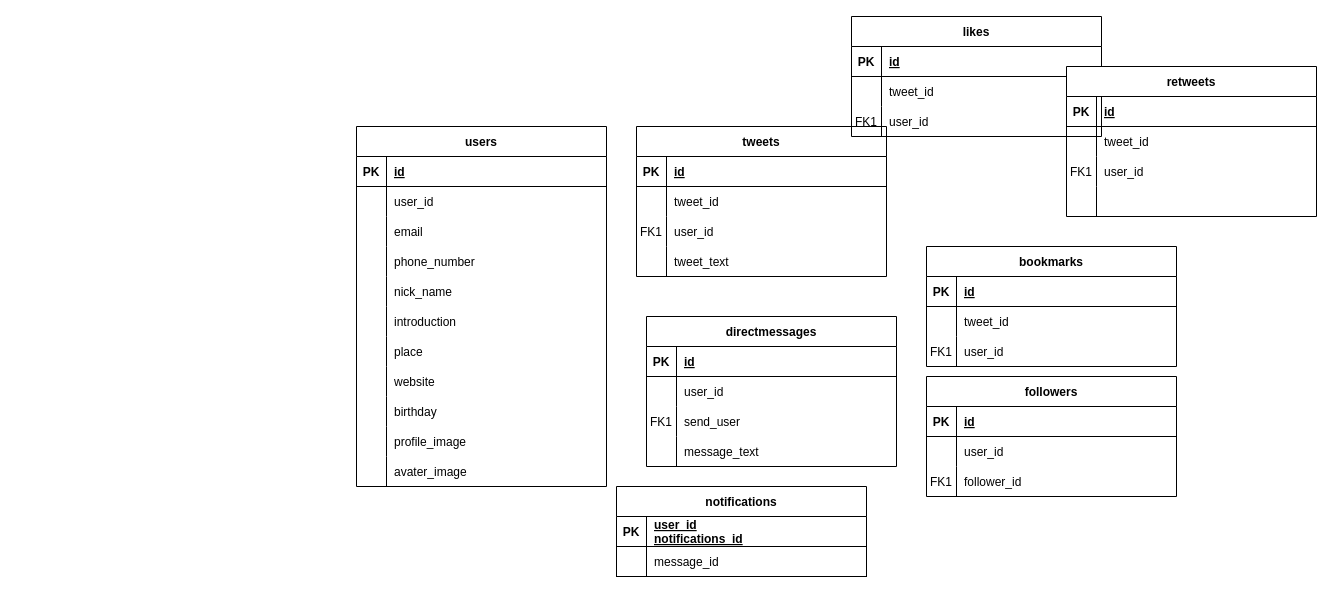
Before: twitter_draft.drawio in hie3-336/ER-draw.io, a draw.io diagram. Source tidied: cells renumbered, new cells numbered last; positions are measured from the earlier drawing's top-left corner, leaving out a move shared by most shapes. Both pictures are drawn from the tidied source at 100%, with x=0, y=0 at pixel (356, 16).
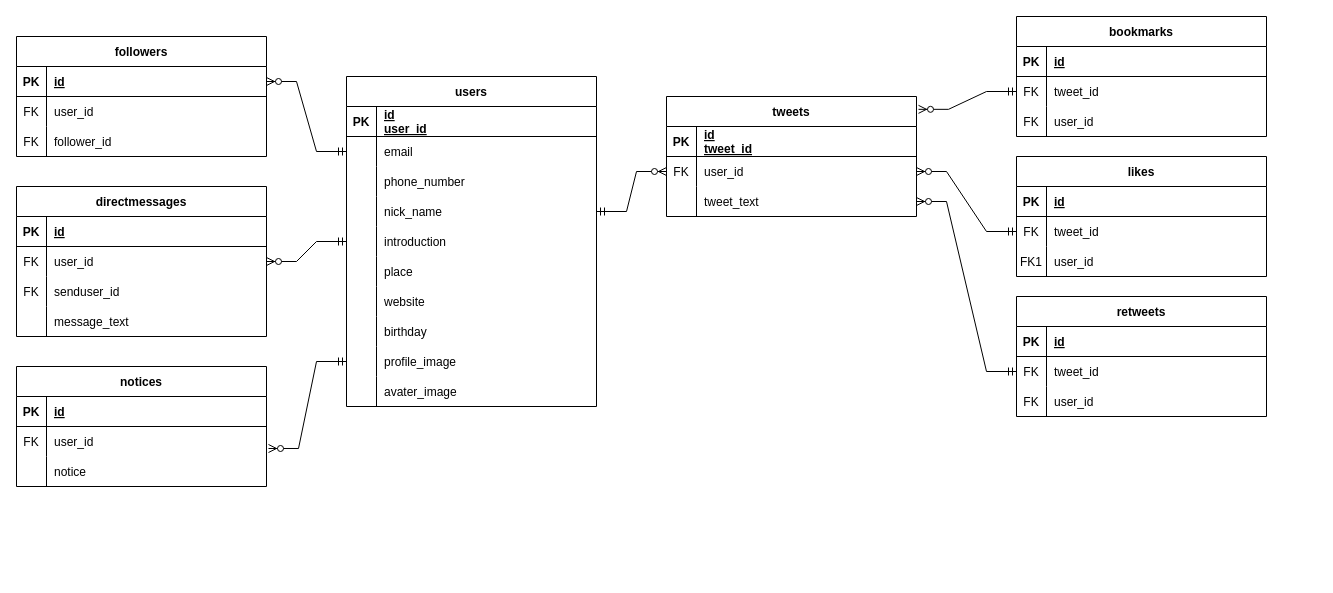
After the change.

Commit message:
twitter_draft.drawio を更新します

Unchanged cells that the change refers to:
```xml
<mxCell id="3" style="shape=partialRectangle;fillColor=none;top=0;left=0;right=0;bottom=1;" parent="2" vertex="1">
  <mxGeometry y="30" width="250" height="30" as="geometry" />
</mxCell>
<mxCell id="37" style="shape=partialRectangle;fillColor=none;top=0;left=0;right=0;bottom=1;" parent="36" vertex="1">
  <mxGeometry y="30" width="250" height="30" as="geometry" />
</mxCell>
<mxCell id="60" style="shape=partialRectangle;fillColor=none;points=[[0,0.5],[1,0.5]];portConstraint=eastwest;top=0;left=0;right=0;bottom=0;" parent="56" vertex="1">
  <mxGeometry y="60" width="250" height="30" as="geometry" />
</mxCell>
<mxCell id="70" style="shape=partialRectangle;fillColor=none;points=[[0,0.5],[1,0.5]];portConstraint=eastwest;top=0;left=0;right=0;bottom=0;" parent="66" vertex="1">
  <mxGeometry y="60" width="250" height="30" as="geometry" />
</mxCell>
<mxCell id="73" style="shape=partialRectangle;fillColor=none;top=0;left=0;right=0;bottom=0;" parent="66" vertex="1">
  <mxGeometry y="90" width="250" height="30" as="geometry" />
</mxCell>
<mxCell id="83" style="shape=partialRectangle;fillColor=none;points=[[0,0.5],[1,0.5]];portConstraint=eastwest;top=0;left=0;right=0;bottom=0;" parent="79" vertex="1">
  <mxGeometry y="60" width="250" height="30" as="geometry" />
</mxCell>
<mxCell id="86" style="shape=partialRectangle;fillColor=none;top=0;left=0;right=0;bottom=0;" parent="79" vertex="1">
  <mxGeometry y="90" width="250" height="30" as="geometry" />
</mxCell>
<mxCell id="90" style="shape=partialRectangle;fillColor=none;points=[[0,0.5],[1,0.5]];portConstraint=eastwest;top=0;left=0;right=0;bottom=1;" parent="89" vertex="1">
  <mxGeometry y="30" width="250" height="30" as="geometry" />
</mxCell>
<mxCell id="93" style="shape=partialRectangle;fillColor=none;top=0;left=0;right=0;bottom=0;" parent="89" vertex="1">
  <mxGeometry y="60" width="250" height="30" as="geometry" />
</mxCell>
<mxCell id="96" style="shape=partialRectangle;fillColor=none;top=0;left=0;right=0;bottom=0;" parent="89" vertex="1">
  <mxGeometry y="90" width="250" height="30" as="geometry" />
</mxCell>
<mxCell id="103" style="shape=partialRectangle;fillColor=none;points=[[0,0.5],[1,0.5]];portConstraint=eastwest;top=0;left=0;right=0;bottom=0;" parent="99" vertex="1">
  <mxGeometry y="60" width="250" height="30" as="geometry" />
</mxCell>
<mxCell id="106" style="shape=partialRectangle;fillColor=none;top=0;left=0;right=0;bottom=0;" parent="99" vertex="1">
  <mxGeometry y="90" width="250" height="30" as="geometry" />
</mxCell>
```

What changed in the source:
```diff
@@
     <mxCell id="2" value="users" style="shape=table;startSize=30;childLayout=tableLayout;rowLines=0;fontStyle=1;align=center;" parent="1" vertex="1">
-      <mxGeometry y="110" width="250" height="360" as="geometry" />
+      <mxGeometry x="-10" y="60" width="250" height="330" as="geometry" />
     </mxCell>
@@
-    <mxCell id="5" value="id" style="shape=partialRectangle;overflow=hidden;fillColor=none;top=0;left=0;bottom=0;right=0;align=left;spacingLeft=6;fontStyle=5;" parent="3" vertex="1">
+    <mxCell id="5" value="id&#10;user_id&#10;" style="shape=partialRectangle;overflow=hidden;fillColor=none;top=0;left=0;bottom=0;right=0;align=left;spacingLeft=6;fontStyle=5;" parent="3" vertex="1">
       <mxGeometry x="30" width="220" height="30" as="geometry" />
     </mxCell>
-    <mxCell id="6" style="shape=partialRectangle;fillColor=none;top=0;left=0;right=0;bottom=0;" parent="2" vertex="1">
-      <mxGeometry y="60" width="250" height="30" as="geometry" />
-    </mxCell>
-    <mxCell id="7" style="shape=partialRectangle;overflow=hidden;fillColor=none;top=0;left=0;bottom=0;right=0;" parent="6" vertex="1">
-      <mxGeometry width="30" height="30" as="geometry" />
-    </mxCell>
-    <mxCell id="8" value="user_id" style="shape=partialRectangle;overflow=hidden;fillColor=none;top=0;left=0;bottom=0;right=0;align=left;spacingLeft=6;" parent="6" vertex="1">
-      <mxGeometry x="30" width="220" height="30" as="geometry" />
-    </mxCell>
     <mxCell id="9" style="shape=partialRectangle;fillColor=none;points=[[0,0.5],[1,0.5]];portConstraint=eastwest;top=0;left=0;right=0;bottom=0;" parent="2" vertex="1">
-      <mxGeometry y="90" width="250" height="30" as="geometry" />
+      <mxGeometry y="60" width="250" height="30" as="geometry" />
     </mxCell>
@@
     <mxCell id="12" style="shape=partialRectangle;fillColor=none;top=0;left=0;right=0;bottom=0;" parent="2" vertex="1">
-      <mxGeometry y="120" width="250" height="30" as="geometry" />
+      <mxGeometry y="90" width="250" height="30" as="geometry" />
     </mxCell>
@@
     <mxCell id="15" style="shape=partialRectangle;fillColor=none;points=[[0,0.5],[1,0.5]];portConstraint=eastwest;top=0;left=0;right=0;bottom=0;" parent="2" vertex="1">
-      <mxGeometry y="150" width="250" height="30" as="geometry" />
+      <mxGeometry y="120" width="250" height="30" as="geometry" />
     </mxCell>
@@
     <mxCell id="18" style="shape=partialRectangle;fillColor=none;points=[[0,0.5],[1,0.5]];portConstraint=eastwest;top=0;left=0;right=0;bottom=0;" parent="2" vertex="1">
-      <mxGeometry y="180" width="250" height="30" as="geometry" />
+      <mxGeometry y="150" width="250" height="30" as="geometry" />
     </mxCell>
@@
     <mxCell id="21" style="shape=partialRectangle;fillColor=none;top=0;left=0;right=0;bottom=0;" parent="2" vertex="1">
-      <mxGeometry y="210" width="250" height="30" as="geometry" />
+      <mxGeometry y="180" width="250" height="30" as="geometry" />
     </mxCell>
@@
     <mxCell id="24" style="shape=partialRectangle;fillColor=none;top=0;left=0;right=0;bottom=0;" parent="2" vertex="1">
-      <mxGeometry y="240" width="250" height="30" as="geometry" />
+      <mxGeometry y="210" width="250" height="30" as="geometry" />
     </mxCell>
@@
     <mxCell id="27" style="shape=partialRectangle;fillColor=none;top=0;left=0;right=0;bottom=0;" parent="2" vertex="1">
-      <mxGeometry y="270" width="250" height="30" as="geometry" />
+      <mxGeometry y="240" width="250" height="30" as="geometry" />
     </mxCell>
@@
     <mxCell id="30" style="shape=partialRectangle;fillColor=none;points=[[0,0.5],[1,0.5]];portConstraint=eastwest;top=0;left=0;right=0;bottom=0;" parent="2" vertex="1">
-      <mxGeometry y="300" width="250" height="30" as="geometry" />
+      <mxGeometry y="270" width="250" height="30" as="geometry" />
     </mxCell>
@@
     <mxCell id="33" style="shape=partialRectangle;fillColor=none;top=0;left=0;right=0;bottom=0;" parent="2" vertex="1">
-      <mxGeometry y="330" width="250" height="30" as="geometry" />
+      <mxGeometry y="300" width="250" height="30" as="geometry" />
     </mxCell>
@@
     <mxCell id="36" value="tweets" style="shape=table;startSize=30;childLayout=tableLayout;rowLines=0;fontStyle=1;align=center;" parent="1" vertex="1">
-      <mxGeometry x="280" y="110" width="250" height="150" as="geometry" />
+      <mxGeometry x="310" y="80" width="250" height="120" as="geometry" />
     </mxCell>
@@
-    <mxCell id="39" value="id" style="shape=partialRectangle;overflow=hidden;fillColor=none;top=0;left=0;bottom=0;right=0;align=left;spacingLeft=6;fontStyle=5;" parent="37" vertex="1">
+    <mxCell id="39" value="id&#10;tweet_id&#10;" style="shape=partialRectangle;overflow=hidden;fillColor=none;top=0;left=0;bottom=0;right=0;align=left;spacingLeft=6;fontStyle=5;" parent="37" vertex="1">
       <mxGeometry x="30" width="220" height="30" as="geometry" />
     </mxCell>
-    <mxCell id="40" style="shape=partialRectangle;fillColor=none;top=0;left=0;right=0;bottom=0;" parent="36" vertex="1">
-      <mxGeometry y="60" width="250" height="30" as="geometry" />
-    </mxCell>
-    <mxCell id="41" style="shape=partialRectangle;overflow=hidden;fillColor=none;top=0;left=0;bottom=0;right=0;" parent="40" vertex="1">
-      <mxGeometry width="30" height="30" as="geometry" />
-    </mxCell>
-    <mxCell id="42" value="tweet_id" style="shape=partialRectangle;overflow=hidden;fillColor=none;top=0;left=0;bottom=0;right=0;align=left;spacingLeft=6;" parent="40" vertex="1">
-      <mxGeometry x="30" width="220" height="30" as="geometry" />
-    </mxCell>
     <mxCell id="43" style="shape=partialRectangle;fillColor=none;points=[[0,0.5],[1,0.5]];portConstraint=eastwest;top=0;left=0;right=0;bottom=0;" parent="36" vertex="1">
-      <mxGeometry y="90" width="250" height="30" as="geometry" />
+      <mxGeometry y="60" width="250" height="30" as="geometry" />
     </mxCell>
-    <mxCell id="44" value="FK1" style="shape=partialRectangle;overflow=hidden;fillColor=none;top=0;left=0;bottom=0;right=0;" parent="43" vertex="1">
+    <mxCell id="44" value="FK" style="shape=partialRectangle;overflow=hidden;fillColor=none;top=0;left=0;bottom=0;right=0;" parent="43" vertex="1">
       <mxGeometry width="30" height="30" as="geometry" />
     </mxCell>
@@
     <mxCell id="46" style="shape=partialRectangle;fillColor=none;points=[[0,0.5],[1,0.5]];portConstraint=eastwest;top=0;left=0;right=0;bottom=0;" parent="36" vertex="1">
-      <mxGeometry y="120" width="250" height="30" as="geometry" />
+      <mxGeometry y="90" width="250" height="30" as="geometry" />
     </mxCell>
@@
-    <mxCell id="49" value="notifications" style="shape=table;startSize=30;childLayout=tableLayout;rowLines=0;fontStyle=1;align=center;" parent="1" vertex="1">
-      <mxGeometry x="260" y="470" width="250" height="90" as="geometry" />
-    </mxCell>
-    <mxCell id="50" style="shape=partialRectangle;fillColor=none;top=0;left=0;right=0;bottom=1;" parent="49" vertex="1">
-      <mxGeometry y="30" width="250" height="30" as="geometry" />
-    </mxCell>
-    <mxCell id="51" value="PK" style="shape=partialRectangle;overflow=hidden;fillColor=none;top=0;left=0;bottom=0;right=0;fontStyle=1;" parent="50" vertex="1">
-      <mxGeometry width="30" height="30" as="geometry" />
-    </mxCell>
-    <mxCell id="52" value="user_id&#10;notifications_id" style="shape=partialRectangle;overflow=hidden;fillColor=none;top=0;left=0;bottom=0;right=0;align=left;spacingLeft=6;fontStyle=5;" parent="50" vertex="1">
-      <mxGeometry x="30" width="220" height="30" as="geometry" />
-    </mxCell>
-    <mxCell id="53" style="shape=partialRectangle;fillColor=none;top=0;left=0;right=0;bottom=1;" parent="49" vertex="1">
-      <mxGeometry y="60" width="250" height="30" as="geometry" />
-    </mxCell>
-    <mxCell id="54" style="shape=partialRectangle;overflow=hidden;fillColor=none;top=0;left=0;bottom=0;right=0;fontStyle=1;" parent="53" vertex="1">
-      <mxGeometry width="30" height="30" as="geometry" />
-    </mxCell>
-    <mxCell id="55" value="message_id" style="shape=partialRectangle;overflow=hidden;fillColor=none;top=0;left=0;bottom=0;right=0;align=left;spacingLeft=6;fontStyle=0;" parent="53" vertex="1">
-      <mxGeometry x="30" width="220" height="30" as="geometry" />
-    </mxCell>
     <mxCell id="56" value="likes" style="shape=table;startSize=30;childLayout=tableLayout;rowLines=0;fontStyle=1;align=center;" parent="1" vertex="1">
-      <mxGeometry x="495" width="250" height="120" as="geometry" />
+      <mxGeometry x="660" y="140" width="250" height="120" as="geometry" />
     </mxCell>
@@
-    <mxCell id="61" style="shape=partialRectangle;overflow=hidden;fillColor=none;top=0;left=0;bottom=0;right=0;" parent="60" vertex="1">
+    <mxCell id="61" value="FK" style="shape=partialRectangle;overflow=hidden;fillColor=none;top=0;left=0;bottom=0;right=0;" parent="60" vertex="1">
       <mxGeometry width="30" height="30" as="geometry" />
     </mxCell>
@@
     <mxCell id="66" value="retweets" style="shape=table;startSize=30;childLayout=tableLayout;rowLines=0;fontStyle=1;align=center;" parent="1" vertex="1">
-      <mxGeometry x="710" y="50" width="250" height="150" as="geometry" />
+      <mxGeometry x="660" y="280" width="250" height="120" as="geometry" />
     </mxCell>
@@
-    <mxCell id="71" style="shape=partialRectangle;overflow=hidden;fillColor=none;top=0;left=0;bottom=0;right=0;" parent="70" vertex="1">
+    <mxCell id="71" value="FK" style="shape=partialRectangle;overflow=hidden;fillColor=none;top=0;left=0;bottom=0;right=0;" parent="70" vertex="1">
       <mxGeometry width="30" height="30" as="geometry" />
     </mxCell>
@@
-    <mxCell id="74" value="FK1" style="shape=partialRectangle;overflow=hidden;fillColor=none;top=0;left=0;bottom=0;right=0;" parent="73" vertex="1">
+    <mxCell id="74" value="FK" style="shape=partialRectangle;overflow=hidden;fillColor=none;top=0;left=0;bottom=0;right=0;" parent="73" vertex="1">
       <mxGeometry width="30" height="30" as="geometry" />
     </mxCell>
@@
-    <mxCell id="76" style="shape=partialRectangle;fillColor=none;top=0;left=0;right=0;bottom=0;" parent="66" vertex="1">
-      <mxGeometry y="120" width="250" height="30" as="geometry" />
-    </mxCell>
-    <mxCell id="77" style="shape=partialRectangle;overflow=hidden;fillColor=none;top=0;left=0;bottom=0;right=0;" parent="76" vertex="1">
-      <mxGeometry width="30" height="30" as="geometry" />
-    </mxCell>
-    <mxCell id="78" style="shape=partialRectangle;overflow=hidden;fillColor=none;top=0;left=0;bottom=0;right=0;align=left;spacingLeft=6;" parent="76" vertex="1">
-      <mxGeometry x="30" width="220" height="30" as="geometry" />
-    </mxCell>
     <mxCell id="79" value="bookmarks" style="shape=table;startSize=30;childLayout=tableLayout;rowLines=0;fontStyle=1;align=center;" parent="1" vertex="1">
-      <mxGeometry x="570" y="230" width="250" height="120" as="geometry" />
+      <mxGeometry x="660" width="250" height="120" as="geometry" />
     </mxCell>
@@
-    <mxCell id="84" style="shape=partialRectangle;overflow=hidden;fillColor=none;top=0;left=0;bottom=0;right=0;" parent="83" vertex="1">
+    <mxCell id="84" value="FK" style="shape=partialRectangle;overflow=hidden;fillColor=none;top=0;left=0;bottom=0;right=0;" parent="83" vertex="1">
       <mxGeometry width="30" height="30" as="geometry" />
     </mxCell>
@@
-    <mxCell id="87" value="FK1" style="shape=partialRectangle;overflow=hidden;fillColor=none;top=0;left=0;bottom=0;right=0;" parent="86" vertex="1">
+    <mxCell id="87" value="FK" style="shape=partialRectangle;overflow=hidden;fillColor=none;top=0;left=0;bottom=0;right=0;" parent="86" vertex="1">
       <mxGeometry width="30" height="30" as="geometry" />
     </mxCell>
@@
     <mxCell id="89" value="followers" style="shape=table;startSize=30;childLayout=tableLayout;rowLines=0;fontStyle=1;align=center;" parent="1" vertex="1">
-      <mxGeometry x="570" y="360" width="250" height="120" as="geometry" />
+      <mxGeometry x="-340" y="20" width="250" height="120" as="geometry" />
     </mxCell>
@@
-    <mxCell id="94" style="shape=partialRectangle;overflow=hidden;fillColor=none;top=0;left=0;bottom=0;right=0;" parent="93" vertex="1">
+    <mxCell id="94" value="FK" style="shape=partialRectangle;overflow=hidden;fillColor=none;top=0;left=0;bottom=0;right=0;" parent="93" vertex="1">
       <mxGeometry width="30" height="30" as="geometry" />
     </mxCell>
@@
-    <mxCell id="97" value="FK1" style="shape=partialRectangle;overflow=hidden;fillColor=none;top=0;left=0;bottom=0;right=0;" parent="96" vertex="1">
+    <mxCell id="97" value="FK" style="shape=partialRectangle;overflow=hidden;fillColor=none;top=0;left=0;bottom=0;right=0;" parent="96" vertex="1">
       <mxGeometry width="30" height="30" as="geometry" />
     </mxCell>
@@
     <mxCell id="99" value="directmessages" style="shape=table;startSize=30;childLayout=tableLayout;rowLines=0;fontStyle=1;align=center;" parent="1" vertex="1">
-      <mxGeometry x="290" y="300" width="250" height="150" as="geometry" />
+      <mxGeometry x="-340" y="170" width="250" height="150" as="geometry" />
     </mxCell>
@@
-    <mxCell id="104" style="shape=partialRectangle;overflow=hidden;fillColor=none;top=0;left=0;bottom=0;right=0;" parent="103" vertex="1">
+    <mxCell id="104" value="FK" style="shape=partialRectangle;overflow=hidden;fillColor=none;top=0;left=0;bottom=0;right=0;" parent="103" vertex="1">
       <mxGeometry width="30" height="30" as="geometry" />
     </mxCell>
@@
-    <mxCell id="107" value="FK1" style="shape=partialRectangle;overflow=hidden;fillColor=none;top=0;left=0;bottom=0;right=0;" parent="106" vertex="1">
+    <mxCell id="107" value="FK" style="shape=partialRectangle;overflow=hidden;fillColor=none;top=0;left=0;bottom=0;right=0;" parent="106" vertex="1">
       <mxGeometry width="30" height="30" as="geometry" />
     </mxCell>
-    <mxCell id="108" value="send_user" style="shape=partialRectangle;overflow=hidden;fillColor=none;top=0;left=0;bottom=0;right=0;align=left;spacingLeft=6;" parent="106" vertex="1">
+    <mxCell id="108" value="senduser_id" style="shape=partialRectangle;overflow=hidden;fillColor=none;top=0;left=0;bottom=0;right=0;align=left;spacingLeft=6;" parent="106" vertex="1">
       <mxGeometry x="30" width="220" height="30" as="geometry" />
     </mxCell>
@@
+    <mxCell id="112" value="notices" style="shape=table;startSize=30;childLayout=tableLayout;rowLines=0;fontStyle=1;align=center;" parent="1" vertex="1">
+      <mxGeometry x="-340" y="350" width="250" height="120" as="geometry" />
+    </mxCell>
+    <mxCell id="50" style="shape=partialRectangle;fillColor=none;top=0;left=0;right=0;bottom=1;" parent="112" vertex="1">
+      <mxGeometry y="30" width="250" height="30" as="geometry" />
+    </mxCell>
+    <mxCell id="51" value="PK" style="shape=partialRectangle;overflow=hidden;fillColor=none;top=0;left=0;bottom=0;right=0;fontStyle=1;" parent="50" vertex="1">
+      <mxGeometry width="30" height="30" as="geometry" />
+    </mxCell>
+    <mxCell id="113" value="id" style="shape=partialRectangle;overflow=hidden;fillColor=none;top=0;left=0;bottom=0;right=0;align=left;spacingLeft=6;fontStyle=5;" parent="50" vertex="1">
+      <mxGeometry x="30" width="220" height="30" as="geometry" />
+    </mxCell>
+    <mxCell id="114" style="shape=partialRectangle;fillColor=none;points=[[0,0.5],[1,0.5]];portConstraint=eastwest;top=0;left=0;right=0;bottom=0;" parent="112" vertex="1">
+      <mxGeometry y="60" width="250" height="30" as="geometry" />
+    </mxCell>
+    <mxCell id="115" value="FK" style="shape=partialRectangle;overflow=hidden;fillColor=none;top=0;left=0;bottom=0;right=0;" parent="114" vertex="1">
+      <mxGeometry width="30" height="30" as="geometry" />
+    </mxCell>
+    <mxCell id="8" value="user_id" style="shape=partialRectangle;overflow=hidden;fillColor=none;top=0;left=0;bottom=0;right=0;align=left;spacingLeft=6;" parent="114" vertex="1">
+      <mxGeometry x="30" width="220" height="30" as="geometry" />
+    </mxCell>
+    <mxCell id="116" style="shape=partialRectangle;fillColor=none;top=0;left=0;right=0;bottom=0;" parent="112" vertex="1">
+      <mxGeometry y="90" width="250" height="30" as="geometry" />
+    </mxCell>
+    <mxCell id="117" style="shape=partialRectangle;overflow=hidden;fillColor=none;top=0;left=0;bottom=0;right=0;" parent="116" vertex="1">
+      <mxGeometry width="30" height="30" as="geometry" />
+    </mxCell>
+    <mxCell id="118" value="notice" style="shape=partialRectangle;overflow=hidden;fillColor=none;top=0;left=0;bottom=0;right=0;align=left;spacingLeft=6;" parent="116" vertex="1">
+      <mxGeometry x="30" width="220" height="30" as="geometry" />
+    </mxCell>
+    <mxCell id="119" style="edgeStyle=entityRelationEdgeStyle;fontSize=12;html=1;endArrow=ERzeroToMany;startArrow=ERmandOne;rounded=0;entryX=0;entryY=0.5;entryDx=0;entryDy=0;exitX=1;exitY=0.5;exitDx=0;exitDy=0;" parent="1" edge="1" source="15" target="43">
+      <mxGeometry relative="1" as="geometry" />
+    </mxCell>
+    <mxCell id="120" style="edgeStyle=entityRelationEdgeStyle;fontSize=12;html=1;endArrow=ERzeroToMany;startArrow=ERmandOne;rounded=0;entryX=1.008;entryY=0.107;entryDx=0;entryDy=0;exitX=0;exitY=0.5;exitDx=0;exitDy=0;entryPerimeter=0;" parent="1" edge="1" source="83" target="36">
+      <mxGeometry relative="1" as="geometry" />
+    </mxCell>
+    <mxCell id="121" style="edgeStyle=entityRelationEdgeStyle;fontSize=12;html=1;endArrow=ERzeroToMany;startArrow=ERmandOne;rounded=0;entryX=1;entryY=0.5;entryDx=0;entryDy=0;exitX=0;exitY=0.5;exitDx=0;exitDy=0;" parent="1" edge="1" source="60" target="43">
+      <mxGeometry relative="1" as="geometry" />
+    </mxCell>
+    <mxCell id="122" style="edgeStyle=entityRelationEdgeStyle;fontSize=12;html=1;endArrow=ERzeroToMany;startArrow=ERmandOne;rounded=0;entryX=1;entryY=0.5;entryDx=0;entryDy=0;exitX=0;exitY=0.5;exitDx=0;exitDy=0;" parent="1" edge="1" source="70" target="46">
+      <mxGeometry relative="1" as="geometry" />
+    </mxCell>
+    <mxCell id="123" style="edgeStyle=entityRelationEdgeStyle;fontSize=12;html=1;endArrow=ERzeroToMany;startArrow=ERmandOne;rounded=0;entryX=1;entryY=0.5;entryDx=0;entryDy=0;exitX=0;exitY=0.5;exitDx=0;exitDy=0;" parent="1" edge="1" source="9" target="90">
+      <mxGeometry relative="1" as="geometry" />
+    </mxCell>
+    <mxCell id="124" style="edgeStyle=entityRelationEdgeStyle;fontSize=12;html=1;endArrow=ERzeroToMany;startArrow=ERmandOne;rounded=0;entryX=1;entryY=0.5;entryDx=0;entryDy=0;exitX=0;exitY=0.5;exitDx=0;exitDy=0;" parent="1" edge="1" source="18" target="103">
+      <mxGeometry relative="1" as="geometry" />
+    </mxCell>
+    <mxCell id="125" style="edgeStyle=entityRelationEdgeStyle;fontSize=12;html=1;endArrow=ERzeroToMany;startArrow=ERmandOne;rounded=0;entryX=1.008;entryY=0.733;entryDx=0;entryDy=0;exitX=0;exitY=0.5;exitDx=0;exitDy=0;entryPerimeter=0;" parent="1" edge="1" source="30" target="114">
+      <mxGeometry relative="1" as="geometry" />
+    </mxCell>
```
